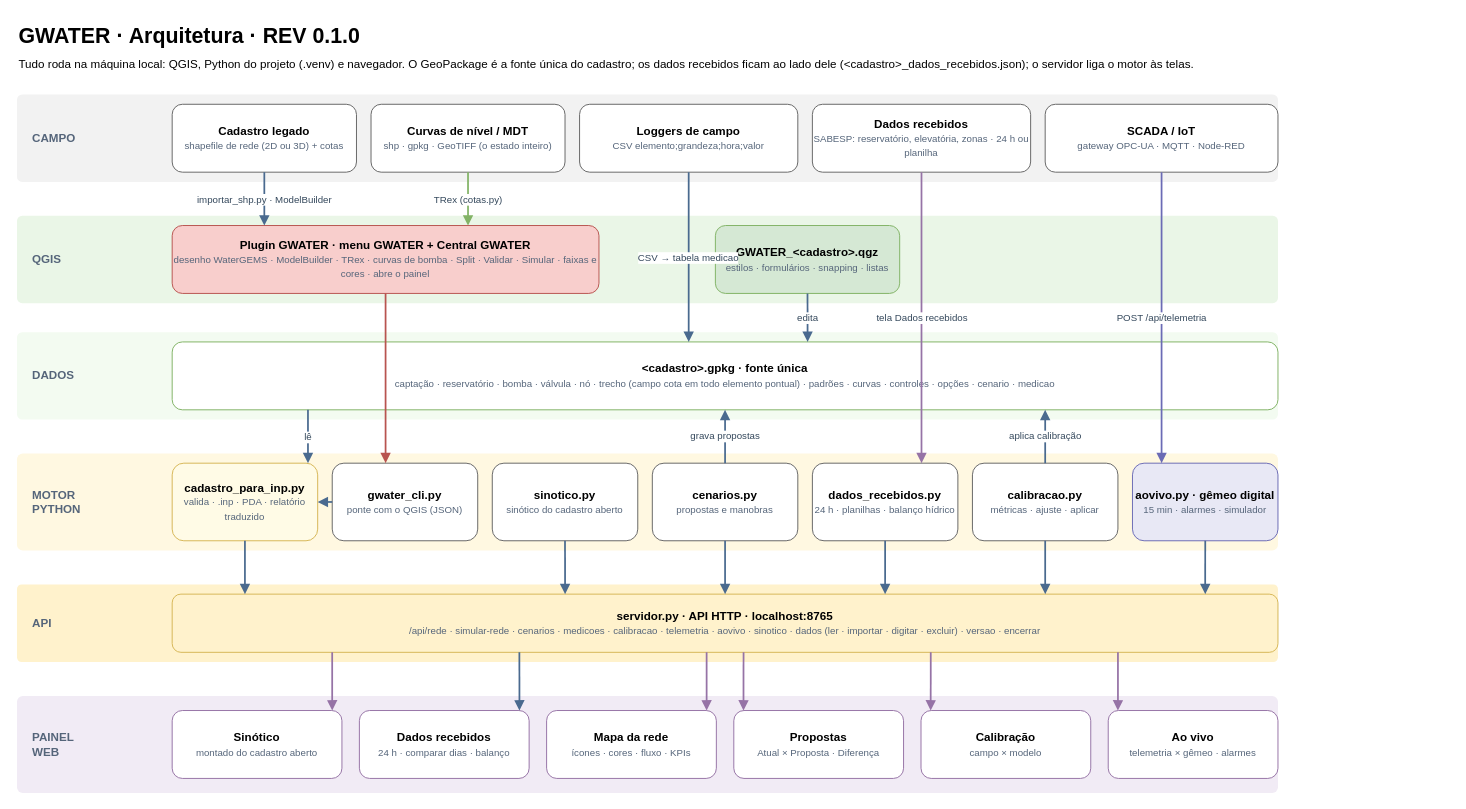
Earlier version of the draw.io diagram page "Arquitetura" (2 of 2) of fluxo/GWATER - Fluxo de Trabalho.drawio (danielCTbKiller-stack/PROJETO_HIDROSANITY). Source tidied: cells renumbered, new cells numbered last; positions are measured from the earlier drawing's top-left corner, leaving out a move shared by most shapes. Both pictures are drawn from the tidied source at 97%, with x=0, y=0 at pixel (16, 16).
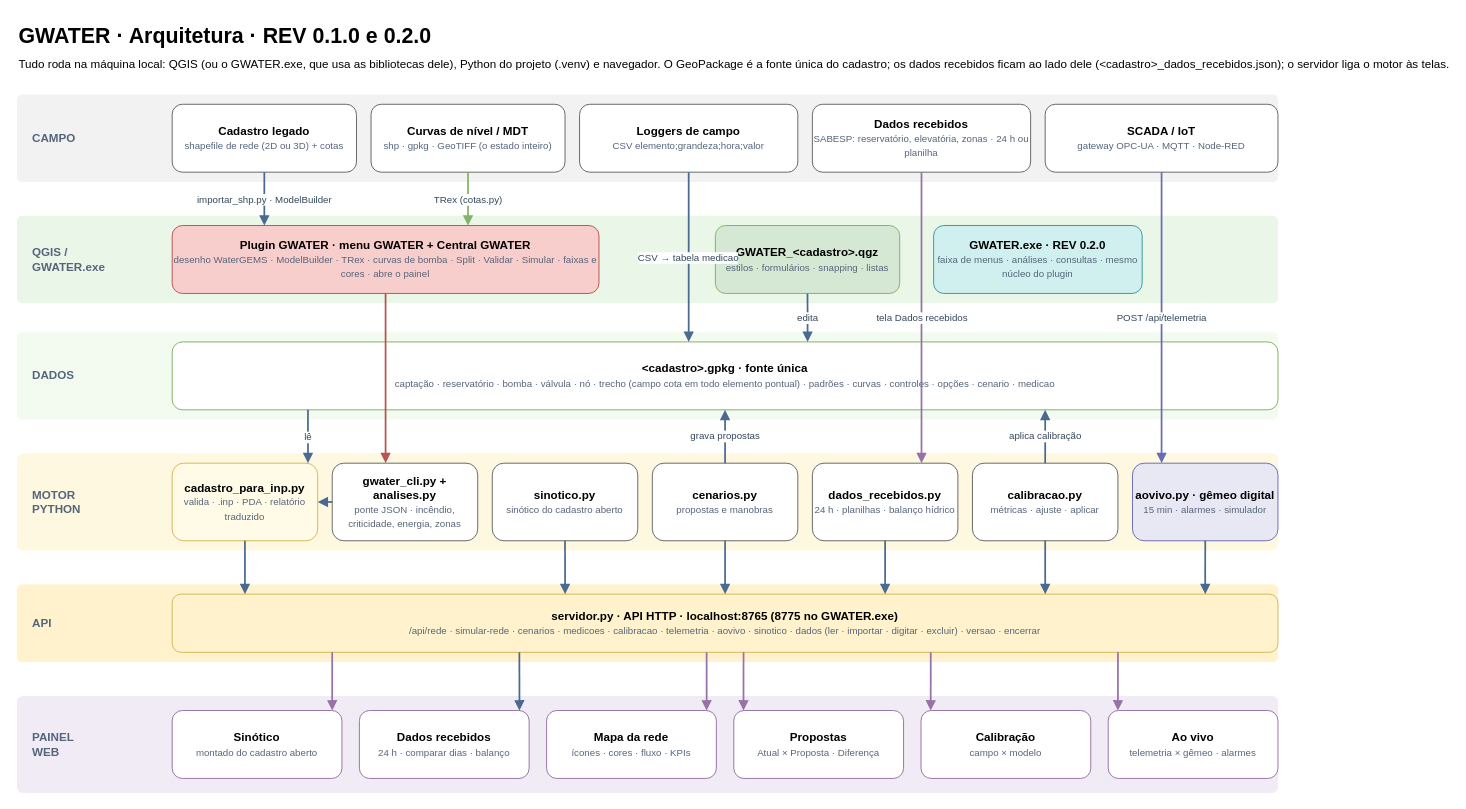
The same diagram, later.

Change to the diagram source:
```diff
@@
-    <mxCell id="2" value="&lt;b&gt;GWATER · Arquitetura · REV 0.1.0&lt;/b&gt;&lt;br&gt;&lt;font style='font-size:12px'&gt;Tudo roda na máquina local: QGIS, Python do projeto (.venv) e navegador. O GeoPackage é a fonte única do cadastro; os dados recebidos ficam ao lado dele (&amp;lt;cadastro&amp;gt;_dados_recebidos.json); o servidor liga o motor às telas.&lt;/font&gt;" style="text;html=1;fontSize=22;align=left;verticalAlign=top;" parent="1" vertex="1">
+    <mxCell id="2" value="&lt;b&gt;GWATER · Arquitetura · REV 0.1.0 e 0.2.0&lt;/b&gt;&lt;br&gt;&lt;font style='font-size:12px'&gt;Tudo roda na máquina local: QGIS (ou o GWATER.exe, que usa as bibliotecas dele), Python do projeto (.venv) e navegador. O GeoPackage é a fonte única do cadastro; os dados recebidos ficam ao lado dele (&amp;lt;cadastro&amp;gt;_dados_recebidos.json); o servidor liga o motor às telas.&lt;/font&gt;" style="text;html=1;fontSize=22;align=left;verticalAlign=top;" parent="1" vertex="1">
       <mxGeometry width="1300" height="60" as="geometry" />
     </mxCell>
@@
-    <mxCell id="4" value="QGIS" style="rounded=1;arcSize=6;html=1;fontSize=12;fontStyle=1;fontColor=#55657a;align=left;spacingLeft=14;fillColor=#eaf6e7;strokeColor=none;" parent="1" vertex="1">
+    <mxCell id="4" value="QGIS /&lt;br&gt;GWATER.exe" style="rounded=1;arcSize=6;html=1;fontSize=12;fontStyle=1;fontColor=#55657a;align=left;spacingLeft=14;fillColor=#eaf6e7;strokeColor=none;" parent="1" vertex="1">
       <mxGeometry y="205" width="1300" height="90" as="geometry" />
     </mxCell>
@@
-    <mxCell id="16" value="&lt;b&gt;gwater_cli.py&lt;/b&gt;&lt;br&gt;&lt;font style='font-size:10px' color='#55657a'&gt;ponte com o QGIS (JSON)&lt;/font&gt;" style="rounded=1;whiteSpace=wrap;html=1;fontSize=12;fillColor=#ffffff;strokeColor=#666666;" parent="1" vertex="1">
+    <mxCell id="16" value="&lt;b&gt;gwater_cli.py + analises.py&lt;/b&gt;&lt;br&gt;&lt;font style='font-size:10px' color='#55657a'&gt;ponte JSON · incêndio, criticidade, energia, zonas&lt;/font&gt;" style="rounded=1;whiteSpace=wrap;html=1;fontSize=12;fillColor=#ffffff;strokeColor=#666666;" parent="1" vertex="1">
       <mxGeometry x="325" y="460" width="150" height="80" as="geometry" />
     </mxCell>
@@
-    <mxCell id="20" value="&lt;b&gt;servidor.py · API HTTP · localhost:8765&lt;/b&gt;&lt;br&gt;&lt;font style='font-size:10px' color='#55657a'&gt;/api/rede · simular-rede · cenarios · medicoes · calibracao · telemetria · aovivo · sinotico · dados (ler · importar · digitar · excluir) · versao · encerrar&lt;/font&gt;" style="rounded=1;whiteSpace=wrap;html=1;fontSize=12;fillColor=#fff2cc;strokeColor=#d6b656;" parent="1" vertex="1">
+    <mxCell id="20" value="&lt;b&gt;servidor.py · API HTTP · localhost:8765 (8775 no GWATER.exe)&lt;/b&gt;&lt;br&gt;&lt;font style='font-size:10px' color='#55657a'&gt;/api/rede · simular-rede · cenarios · medicoes · calibracao · telemetria · aovivo · sinotico · dados (ler · importar · digitar · excluir) · versao · encerrar&lt;/font&gt;" style="rounded=1;whiteSpace=wrap;html=1;fontSize=12;fillColor=#fff2cc;strokeColor=#d6b656;" parent="1" vertex="1">
       <mxGeometry x="160" y="595" width="1140" height="60" as="geometry" />
     </mxCell>
@@
+    <mxCell id="54" value="&lt;b&gt;GWATER.exe · REV 0.2.0&lt;/b&gt;&lt;br&gt;&lt;font style='font-size:10px' color='#55657a'&gt;faixa de menus · análises · consultas · mesmo núcleo do plugin&lt;/font&gt;" style="rounded=1;whiteSpace=wrap;html=1;fontSize=12;fillColor=#d0f0f0;strokeColor=#3a9a9a;" parent="1" vertex="1">
+      <mxGeometry x="945" y="215" width="215" height="70" as="geometry" />
+    </mxCell>
```
